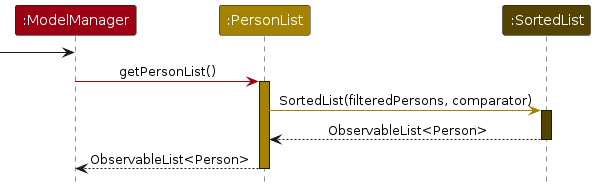
Earlier version of the PlantUML export diagrams/GetPersonListSequenceDiagram.png (AY2526S1-CS2103-F10-1/tp). Its source is kept beside it as diagrams/GetPersonListSequenceDiagram.puml. Its diagram source:
```plantuml
@startuml
!include style.puml
skinparam ArrowFontStyle plain

Participant ":ModelManager" as modelManager MODEL_COLOR
Participant ":PersonList" as personList STORAGE_COLOR
Participant ":SortedList" as sortedList STORAGE_COLOR_T2

[-> modelManager :


modelManager -[MODEL_COLOR]> personList : getPersonList()
activate personList STORAGE_COLOR

personList -[STORAGE_COLOR]> sortedList : SortedList(filteredPersons, comparator)
activate sortedList STORAGE_COLOR_T2

sortedList --> personList : ObservableList<Person>
deactivate sortedList

personList --> modelManager : ObservableList<Person>
deactivate personList


@enduml
```
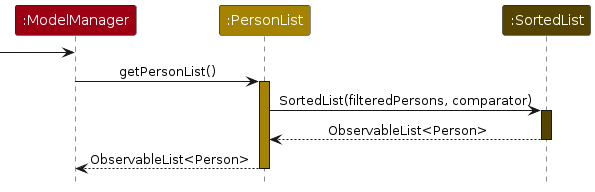
The same file after the commit.

What changed in the source:
```diff
@@ -9,10 +9,10 @@
 [-> modelManager :
 
 
-modelManager -[MODEL_COLOR]> personList : getPersonList()
+modelManager -> personList : getPersonList()
 activate personList STORAGE_COLOR
 
-personList -[STORAGE_COLOR]> sortedList : SortedList(filteredPersons, comparator)
+personList -> sortedList : SortedList(filteredPersons, comparator)
 activate sortedList STORAGE_COLOR_T2
 
 sortedList --> personList : ObservableList<Person>
```
